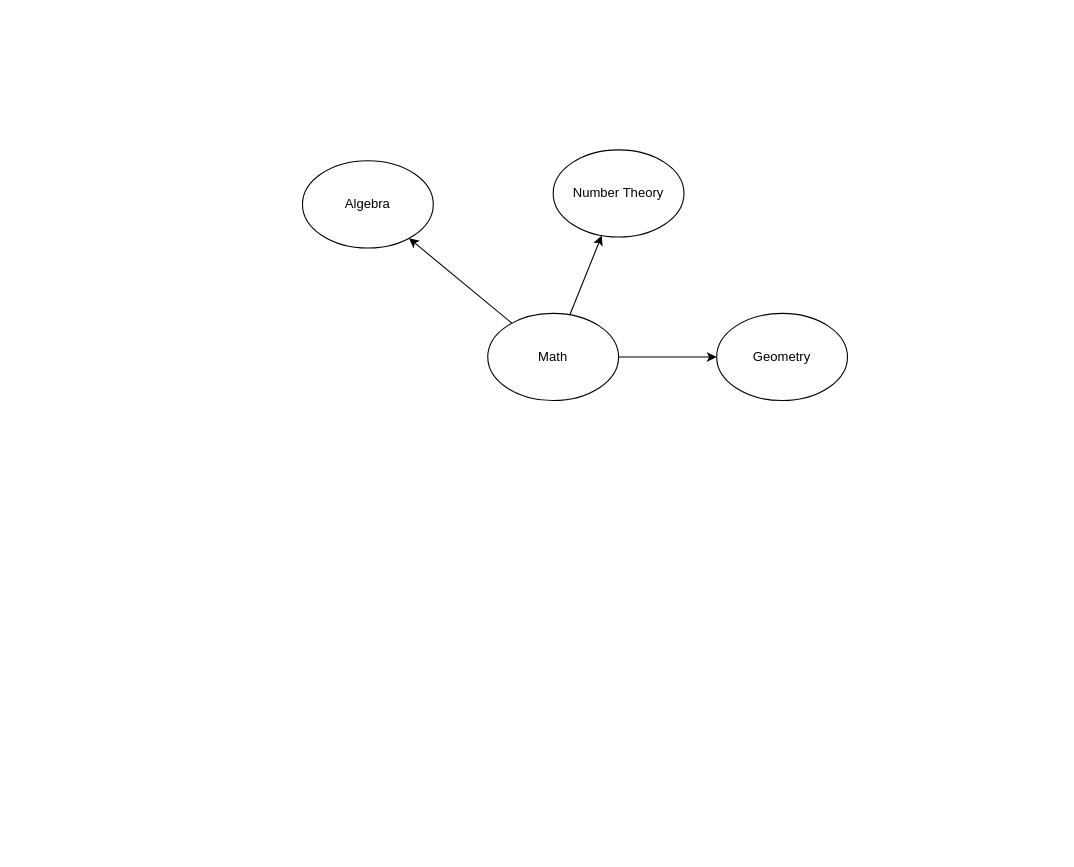
Above: math.drawio in chavp/data-modeling (draw.io), before the change. Source tidied: cells renumbered, new cells numbered last; positions are measured from the earlier drawing's top-left corner, leaving out a move shared by most shapes. Both pictures are drawn from the tidied source at 109%, with x=0, y=0 at pixel (302, 149).
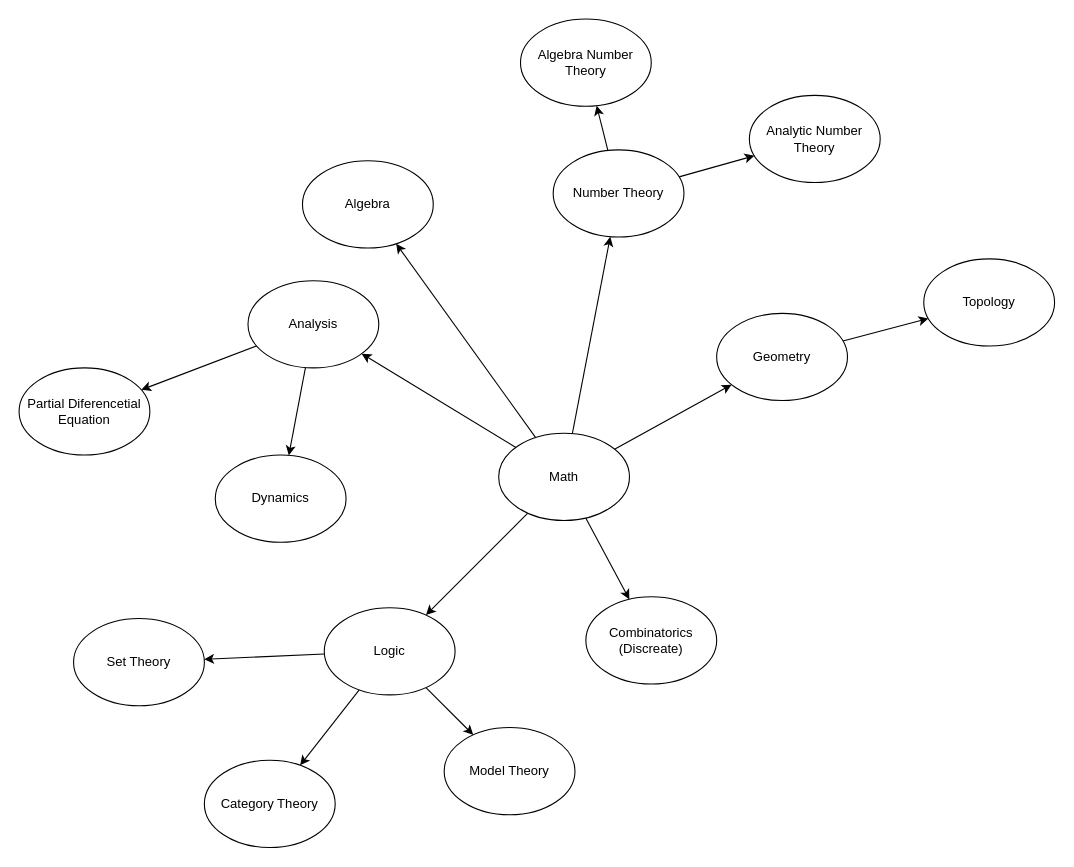
After the change.

Unchanged cells that the change refers to:
```xml
<mxCell id="7" value="Number Theory" style="ellipse;whiteSpace=wrap;html=1;" parent="1" vertex="1">
  <mxGeometry x="230" width="120" height="80" as="geometry" />
</mxCell>
<mxCell id="8" value="Geometry" style="ellipse;whiteSpace=wrap;html=1;" parent="1" vertex="1">
  <mxGeometry x="380" y="150" width="120" height="80" as="geometry" />
</mxCell>
```

What changed in the source:
```diff
@@
+    <mxCell id="9" style="edgeStyle=none;rounded=0;jettySize=auto;html=1;" parent="1" edge="1" source="5" target="20">
+      <mxGeometry relative="1" as="geometry" />
+    </mxCell>
+    <mxCell id="10" style="edgeStyle=none;rounded=0;jettySize=auto;html=1;" parent="1" edge="1" source="5" target="26">
+      <mxGeometry relative="1" as="geometry" />
+    </mxCell>
+    <mxCell id="11" style="edgeStyle=none;rounded=0;jettySize=auto;html=1;" parent="1" edge="1" source="5" target="30">
+      <mxGeometry relative="1" as="geometry" />
+    </mxCell>
     <mxCell id="5" value="Math" style="ellipse;whiteSpace=wrap;html=1;" parent="1" vertex="1">
-      <mxGeometry x="170" y="150" width="120" height="80" as="geometry" />
+      <mxGeometry x="180" y="260" width="120" height="80" as="geometry" />
     </mxCell>
@@
+    <mxCell id="12" style="edgeStyle=none;rounded=0;jettySize=auto;html=1;" parent="1" edge="1" source="7" target="15">
+      <mxGeometry relative="1" as="geometry" />
+    </mxCell>
+    <mxCell id="13" style="edgeStyle=none;rounded=0;jettySize=auto;html=1;" parent="1" edge="1" source="7" target="16">
+      <mxGeometry relative="1" as="geometry" />
+    </mxCell>
@@
+    <mxCell id="14" style="edgeStyle=none;rounded=0;jettySize=auto;html=1;" parent="1" edge="1" source="8" target="17">
+      <mxGeometry relative="1" as="geometry" />
+    </mxCell>
@@
+    <mxCell id="15" value="Algebra Number Theory" style="ellipse;whiteSpace=wrap;html=1;" parent="1" vertex="1">
+      <mxGeometry x="200" y="-120" width="120" height="80" as="geometry" />
+    </mxCell>
+    <mxCell id="16" value="Analytic Number Theory" style="ellipse;whiteSpace=wrap;html=1;" parent="1" vertex="1">
+      <mxGeometry x="410" y="-50" width="120" height="80" as="geometry" />
+    </mxCell>
+    <mxCell id="17" value="Topology" style="ellipse;whiteSpace=wrap;html=1;" parent="1" vertex="1">
+      <mxGeometry x="570" y="100" width="120" height="80" as="geometry" />
+    </mxCell>
+    <mxCell id="18" style="edgeStyle=none;rounded=0;jettySize=auto;html=1;" parent="1" edge="1" source="20" target="21">
+      <mxGeometry relative="1" as="geometry" />
+    </mxCell>
+    <mxCell id="19" style="edgeStyle=none;rounded=0;jettySize=auto;html=1;" parent="1" edge="1" source="20" target="22">
+      <mxGeometry relative="1" as="geometry" />
+    </mxCell>
+    <mxCell id="20" value="Analysis" style="ellipse;whiteSpace=wrap;html=1;" parent="1" vertex="1">
+      <mxGeometry x="-50" y="120" width="120" height="80" as="geometry" />
+    </mxCell>
+    <mxCell id="21" value="Partial Diferencetial Equation" style="ellipse;whiteSpace=wrap;html=1;" parent="1" vertex="1">
+      <mxGeometry x="-260" y="200" width="120" height="80" as="geometry" />
+    </mxCell>
+    <mxCell id="22" value="Dynamics" style="ellipse;whiteSpace=wrap;html=1;" parent="1" vertex="1">
+      <mxGeometry x="-80" y="280" width="120" height="80" as="geometry" />
+    </mxCell>
+    <mxCell id="23" style="edgeStyle=none;rounded=0;jettySize=auto;html=1;" parent="1" edge="1" source="26" target="27">
+      <mxGeometry relative="1" as="geometry" />
+    </mxCell>
+    <mxCell id="24" style="edgeStyle=none;rounded=0;jettySize=auto;html=1;" parent="1" edge="1" source="26" target="28">
+      <mxGeometry relative="1" as="geometry" />
+    </mxCell>
+    <mxCell id="25" style="edgeStyle=none;rounded=0;jettySize=auto;html=1;" parent="1" edge="1" source="26" target="29">
+      <mxGeometry relative="1" as="geometry" />
+    </mxCell>
+    <mxCell id="26" value="Logic" style="ellipse;whiteSpace=wrap;html=1;" parent="1" vertex="1">
+      <mxGeometry x="20" y="420" width="120" height="80" as="geometry" />
+    </mxCell>
+    <mxCell id="27" value="Set Theory" style="ellipse;whiteSpace=wrap;html=1;" parent="1" vertex="1">
+      <mxGeometry x="-210" y="430" width="120" height="80" as="geometry" />
+    </mxCell>
+    <mxCell id="28" value="Category Theory" style="ellipse;whiteSpace=wrap;html=1;" parent="1" vertex="1">
+      <mxGeometry x="-90" y="560" width="120" height="80" as="geometry" />
+    </mxCell>
+    <mxCell id="29" value="Model Theory" style="ellipse;whiteSpace=wrap;html=1;" parent="1" vertex="1">
+      <mxGeometry x="130" y="530" width="120" height="80" as="geometry" />
+    </mxCell>
+    <mxCell id="30" value="Combinatorics&lt;br&gt;(Discreate)" style="ellipse;whiteSpace=wrap;html=1;" parent="1" vertex="1">
+      <mxGeometry x="260" y="410" width="120" height="80" as="geometry" />
+    </mxCell>
```
